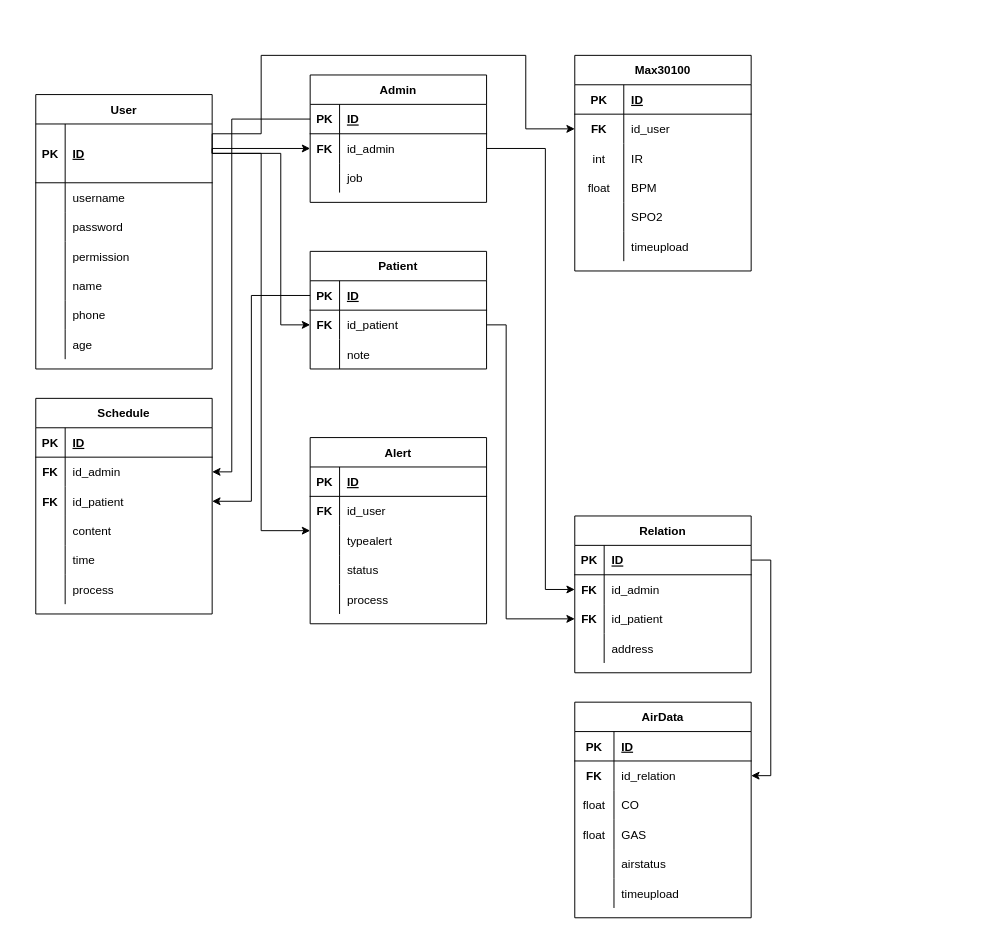
Duckmanzzz/iottraining keeps this draw.io diagram as DATA.drawio. Above is the earlier version. Source tidied: cells renumbered, new cells numbered last; positions are measured from the earlier drawing's top-left corner, leaving out a move shared by most shapes. Both pictures are drawn from the tidied source at 98%, with x=0, y=0 at pixel (35, 55).
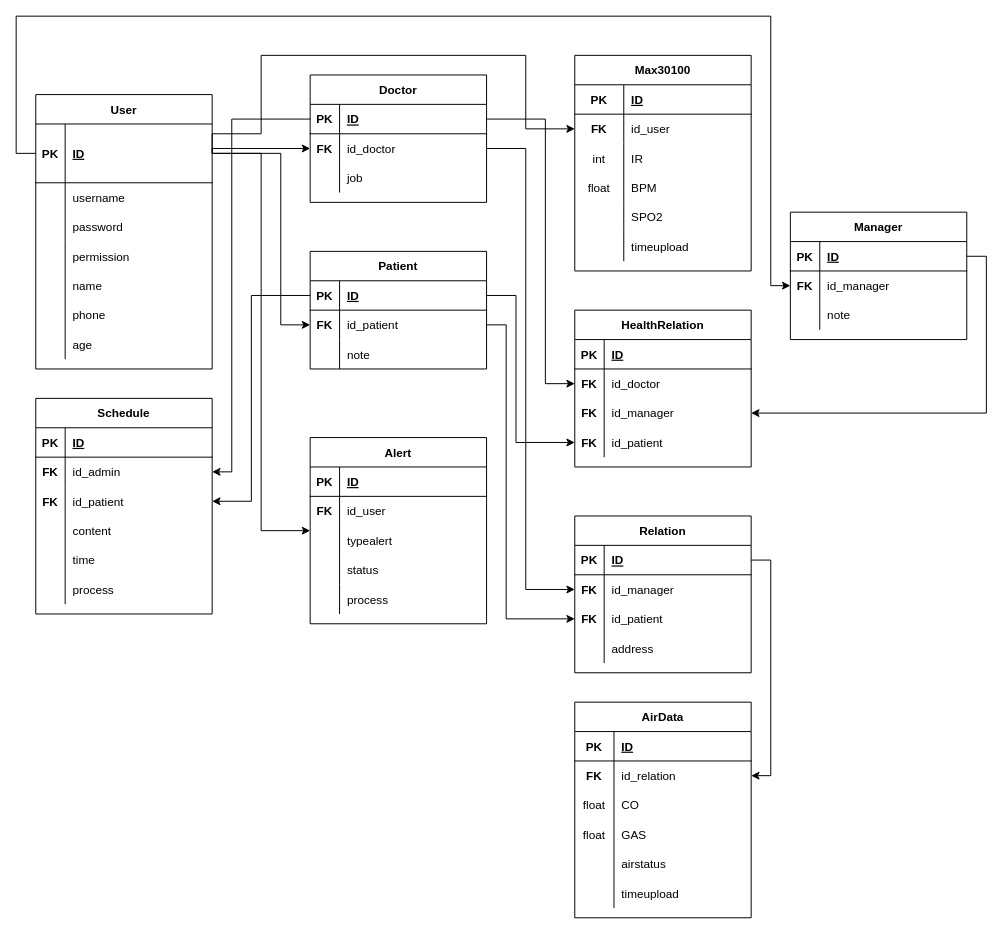
The same page after the edit.

Unchanged cells that the change refers to:
```xml
<mxCell id="3" style="shape=partialRectangle;fillColor=none;top=0;left=0;bottom=1;right=0;points=[[0,0.5],[1,0.5]];portConstraint=eastwest;" parent="2" vertex="1">
  <mxGeometry y="30" width="180" height="60" as="geometry" />
</mxCell>
<mxCell id="25" style="shape=partialRectangle;fillColor=none;top=0;left=0;bottom=1;right=0;points=[[0,0.5],[1,0.5]];portConstraint=eastwest;" parent="24" vertex="1">
  <mxGeometry y="30" width="180" height="30" as="geometry" />
</mxCell>
<mxCell id="28" style="shape=partialRectangle;fillColor=none;top=0;left=0;bottom=0;right=0;points=[[0,0.5],[1,0.5]];portConstraint=eastwest;" parent="24" vertex="1">
  <mxGeometry y="60" width="180" height="30" as="geometry" />
</mxCell>
<mxCell id="108" style="shape=partialRectangle;fillColor=none;top=0;left=0;bottom=1;right=0;points=[[0,0.5],[1,0.5]];portConstraint=eastwest;" parent="107" vertex="1">
  <mxGeometry y="30" width="180" height="30" as="geometry" />
</mxCell>
<mxCell id="124" style="shape=partialRectangle;fillColor=none;top=0;left=0;bottom=0;right=0;points=[[0,0.5],[1,0.5]];portConstraint=eastwest;" parent="120" vertex="1">
  <mxGeometry y="60" width="180" height="30" as="geometry" />
</mxCell>
```

Diff of the diagram source:
```diff
@@
-    <mxCell id="24" value="Admin" style="shape=table;startSize=30;childLayout=tableLayout;rowLines=0;fontStyle=1;align=center;" parent="1" vertex="1">
+    <mxCell id="24" value="Doctor" style="shape=table;startSize=30;childLayout=tableLayout;rowLines=0;fontStyle=1;align=center;" parent="1" vertex="1">
       <mxGeometry x="280" y="20" width="180" height="130" as="geometry" />
     </mxCell>
@@
-    <mxCell id="30" value="id_admin" style="shape=partialRectangle;fillColor=none;top=0;left=0;bottom=0;right=0;align=left;spacingLeft=6;overflow=hidden;" parent="28" vertex="1">
+    <mxCell id="30" value="id_doctor" style="shape=partialRectangle;fillColor=none;top=0;left=0;bottom=0;right=0;align=left;spacingLeft=6;overflow=hidden;" parent="28" vertex="1">
       <mxGeometry x="30" width="150" height="30" as="geometry" />
     </mxCell>
@@
-    <mxCell id="126" value="id_admin" style="shape=partialRectangle;fillColor=none;top=0;left=0;bottom=0;right=0;align=left;spacingLeft=6;overflow=hidden;" parent="124" vertex="1">
+    <mxCell id="126" value="id_manager" style="shape=partialRectangle;fillColor=none;top=0;left=0;bottom=0;right=0;align=left;spacingLeft=6;overflow=hidden;" parent="124" vertex="1">
       <mxGeometry x="30" width="150" height="30" as="geometry" />
     </mxCell>
@@
     <mxCell id="133" style="edgeStyle=orthogonalEdgeStyle;rounded=0;jettySize=auto;html=1;exitX=1;exitY=0.5;exitDx=0;exitDy=0;entryX=0;entryY=0.5;entryDx=0;entryDy=0;" parent="1" edge="1" source="28" target="124">
       <mxGeometry relative="1" as="geometry">
         <Array as="points">
-          <mxPoint x="520" y="95" />
-          <mxPoint x="520" y="545" />
+          <mxPoint x="500" y="95" />
+          <mxPoint x="500" y="545" />
         </Array>
       </mxGeometry>
     </mxCell>
@@
+    <mxCell id="139" value="HealthRelation" style="shape=table;startSize=30;childLayout=tableLayout;rowLines=0;fontStyle=1;align=center;" parent="1" vertex="1">
+      <mxGeometry x="550" y="260" width="180" height="160" as="geometry" />
+    </mxCell>
+    <mxCell id="140" style="shape=partialRectangle;fillColor=none;top=0;left=0;bottom=1;right=0;" parent="139" vertex="1">
+      <mxGeometry y="30" width="180" height="30" as="geometry" />
+    </mxCell>
+    <mxCell id="141" value="PK" style="shape=partialRectangle;fillColor=none;top=0;left=0;bottom=0;right=0;fontStyle=1;overflow=hidden;" parent="140" vertex="1">
+      <mxGeometry width="30" height="30" as="geometry" />
+    </mxCell>
+    <mxCell id="142" value="ID" style="shape=partialRectangle;fillColor=none;top=0;left=0;bottom=0;right=0;align=left;spacingLeft=6;fontStyle=5;overflow=hidden;" parent="140" vertex="1">
+      <mxGeometry x="30" width="150" height="30" as="geometry" />
+    </mxCell>
+    <mxCell id="143" style="shape=partialRectangle;fillColor=none;top=0;left=0;bottom=0;right=0;points=[[0,0.5],[1,0.5]];portConstraint=eastwest;" parent="139" vertex="1">
+      <mxGeometry y="60" width="180" height="30" as="geometry" />
+    </mxCell>
+    <mxCell id="144" value="FK" style="shape=partialRectangle;fillColor=none;top=0;left=0;bottom=0;right=0;overflow=hidden;fontStyle=1;" parent="143" vertex="1">
+      <mxGeometry width="30" height="30" as="geometry" />
+    </mxCell>
+    <mxCell id="145" value="id_doctor" style="shape=partialRectangle;fillColor=none;top=0;left=0;bottom=0;right=0;align=left;spacingLeft=6;overflow=hidden;" parent="143" vertex="1">
+      <mxGeometry x="30" width="150" height="30" as="geometry" />
+    </mxCell>
+    <mxCell id="146" style="shape=partialRectangle;fillColor=none;top=0;left=0;bottom=0;right=0;points=[[0,0.5],[1,0.5]];portConstraint=eastwest;" parent="139" vertex="1">
+      <mxGeometry y="90" width="180" height="30" as="geometry" />
+    </mxCell>
+    <mxCell id="147" value="FK" style="shape=partialRectangle;fillColor=none;top=0;left=0;bottom=0;right=0;overflow=hidden;fontStyle=1;" parent="146" vertex="1">
+      <mxGeometry width="30" height="30" as="geometry" />
+    </mxCell>
+    <mxCell id="148" value="id_manager" style="shape=partialRectangle;fillColor=none;top=0;left=0;bottom=0;right=0;align=left;spacingLeft=6;overflow=hidden;" parent="146" vertex="1">
+      <mxGeometry x="30" width="150" height="30" as="geometry" />
+    </mxCell>
+    <mxCell id="149" style="shape=partialRectangle;fillColor=none;top=0;left=0;bottom=0;right=0;points=[[0,0.5],[1,0.5]];portConstraint=eastwest;" parent="139" vertex="1">
+      <mxGeometry y="120" width="180" height="30" as="geometry" />
+    </mxCell>
+    <mxCell id="150" value="FK" style="shape=partialRectangle;fillColor=none;top=0;left=0;bottom=0;right=0;overflow=hidden;fontStyle=1;" parent="149" vertex="1">
+      <mxGeometry width="30" height="30" as="geometry" />
+    </mxCell>
+    <mxCell id="151" value="id_patient" style="shape=partialRectangle;fillColor=none;top=0;left=0;bottom=0;right=0;align=left;spacingLeft=6;overflow=hidden;" parent="149" vertex="1">
+      <mxGeometry x="30" width="150" height="30" as="geometry" />
+    </mxCell>
+    <mxCell id="152" style="edgeStyle=orthogonalEdgeStyle;rounded=0;jettySize=auto;html=1;exitX=1;exitY=0.5;exitDx=0;exitDy=0;entryX=0;entryY=0.5;entryDx=0;entryDy=0;strokeColor=#000000;fillColor=#66FF66;" parent="1" edge="1" source="25" target="143">
+      <mxGeometry relative="1" as="geometry">
+        <Array as="points">
+          <mxPoint x="520" y="65" />
+          <mxPoint x="520" y="335" />
+        </Array>
+      </mxGeometry>
+    </mxCell>
+    <mxCell id="153" style="edgeStyle=orthogonalEdgeStyle;rounded=0;jettySize=auto;html=1;exitX=1;exitY=0.5;exitDx=0;exitDy=0;entryX=0;entryY=0.5;entryDx=0;entryDy=0;strokeColor=#000000;fillColor=#66FF66;" parent="1" edge="1" source="108" target="149">
+      <mxGeometry relative="1" as="geometry">
+        <Array as="points">
+          <mxPoint x="490" y="245" />
+          <mxPoint x="490" y="395" />
+        </Array>
+      </mxGeometry>
+    </mxCell>
+    <mxCell id="154" value="Manager" style="shape=table;startSize=30;childLayout=tableLayout;rowLines=0;fontStyle=1;align=center;" parent="1" vertex="1">
+      <mxGeometry x="770" y="160" width="180" height="130" as="geometry" />
+    </mxCell>
+    <mxCell id="155" style="shape=partialRectangle;fillColor=none;top=0;left=0;bottom=1;right=0;points=[[0,0.5],[1,0.5]];portConstraint=eastwest;" parent="154" vertex="1">
+      <mxGeometry y="30" width="180" height="30" as="geometry" />
+    </mxCell>
+    <mxCell id="156" value="PK" style="shape=partialRectangle;fillColor=none;top=0;left=0;bottom=0;right=0;fontStyle=1;overflow=hidden;" parent="155" vertex="1">
+      <mxGeometry width="30" height="30" as="geometry" />
+    </mxCell>
+    <mxCell id="157" value="ID" style="shape=partialRectangle;fillColor=none;top=0;left=0;bottom=0;right=0;align=left;spacingLeft=6;fontStyle=5;overflow=hidden;" parent="155" vertex="1">
+      <mxGeometry x="30" width="150" height="30" as="geometry" />
+    </mxCell>
+    <mxCell id="158" style="shape=partialRectangle;fillColor=none;top=0;left=0;bottom=0;right=0;points=[[0,0.5],[1,0.5]];portConstraint=eastwest;" parent="154" vertex="1">
+      <mxGeometry y="60" width="180" height="30" as="geometry" />
+    </mxCell>
+    <mxCell id="159" value="FK" style="shape=partialRectangle;fillColor=none;top=0;left=0;bottom=0;right=0;overflow=hidden;fontStyle=1;" parent="158" vertex="1">
+      <mxGeometry width="30" height="30" as="geometry" />
+    </mxCell>
+    <mxCell id="160" value="id_manager" style="shape=partialRectangle;fillColor=none;top=0;left=0;bottom=0;right=0;align=left;spacingLeft=6;overflow=hidden;" parent="158" vertex="1">
+      <mxGeometry x="30" width="150" height="30" as="geometry" />
+    </mxCell>
+    <mxCell id="161" style="shape=partialRectangle;fillColor=none;top=0;left=0;bottom=0;right=0;" parent="154" vertex="1">
+      <mxGeometry y="90" width="180" height="30" as="geometry" />
+    </mxCell>
+    <mxCell id="162" style="shape=partialRectangle;fillColor=none;top=0;left=0;bottom=0;right=0;overflow=hidden;" parent="161" vertex="1">
+      <mxGeometry width="30" height="30" as="geometry" />
+    </mxCell>
+    <mxCell id="163" value="note" style="shape=partialRectangle;fillColor=none;top=0;left=0;bottom=0;right=0;align=left;spacingLeft=6;overflow=hidden;" parent="161" vertex="1">
+      <mxGeometry x="30" width="150" height="30" as="geometry" />
+    </mxCell>
+    <mxCell id="164" style="edgeStyle=orthogonalEdgeStyle;rounded=0;jettySize=auto;html=1;exitX=0;exitY=0.5;exitDx=0;exitDy=0;entryX=0;entryY=0.5;entryDx=0;entryDy=0;strokeColor=#000000;fillColor=#66FF66;" parent="1" edge="1" source="3" target="158">
+      <mxGeometry relative="1" as="geometry">
+        <Array as="points">
+          <mxPoint x="-20" y="100" />
+          <mxPoint x="-20" y="-40" />
+          <mxPoint x="750" y="-40" />
+          <mxPoint x="750" y="235" />
+        </Array>
+      </mxGeometry>
+    </mxCell>
+    <mxCell id="165" style="edgeStyle=orthogonalEdgeStyle;rounded=0;jettySize=auto;html=1;exitX=1;exitY=0.5;exitDx=0;exitDy=0;entryX=1;entryY=0.5;entryDx=0;entryDy=0;strokeColor=#000000;fillColor=#66FF66;" parent="1" edge="1" source="155" target="146">
+      <mxGeometry relative="1" as="geometry" />
+    </mxCell>
```
